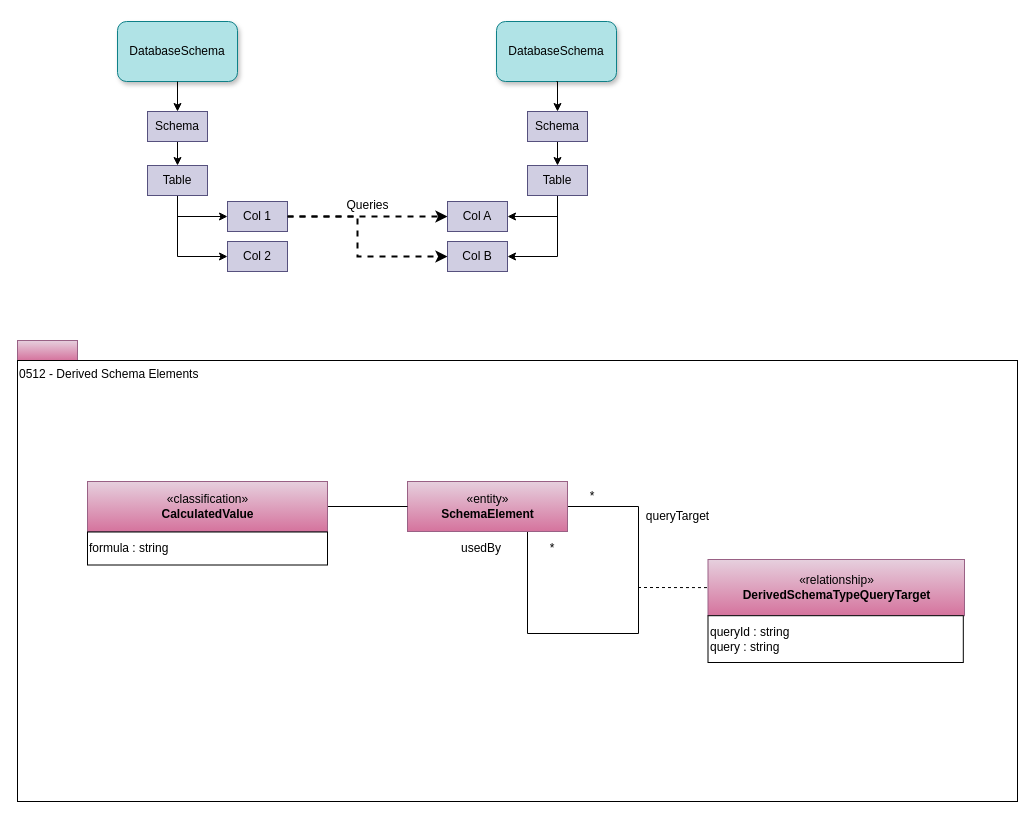
This is page "derived-data" (8 of 12) of open-metadata-publication/website/modelling-technology/modelling-technology.drawio from odpi/egeria, a draw.io file, before an edit. Source tidied: cells renumbered, new cells numbered last; positions are measured from the earlier drawing's top-left corner, leaving out a move shared by most shapes. Both pictures are drawn from the tidied source at 100%, with x=0, y=0 at pixel (17, 21).
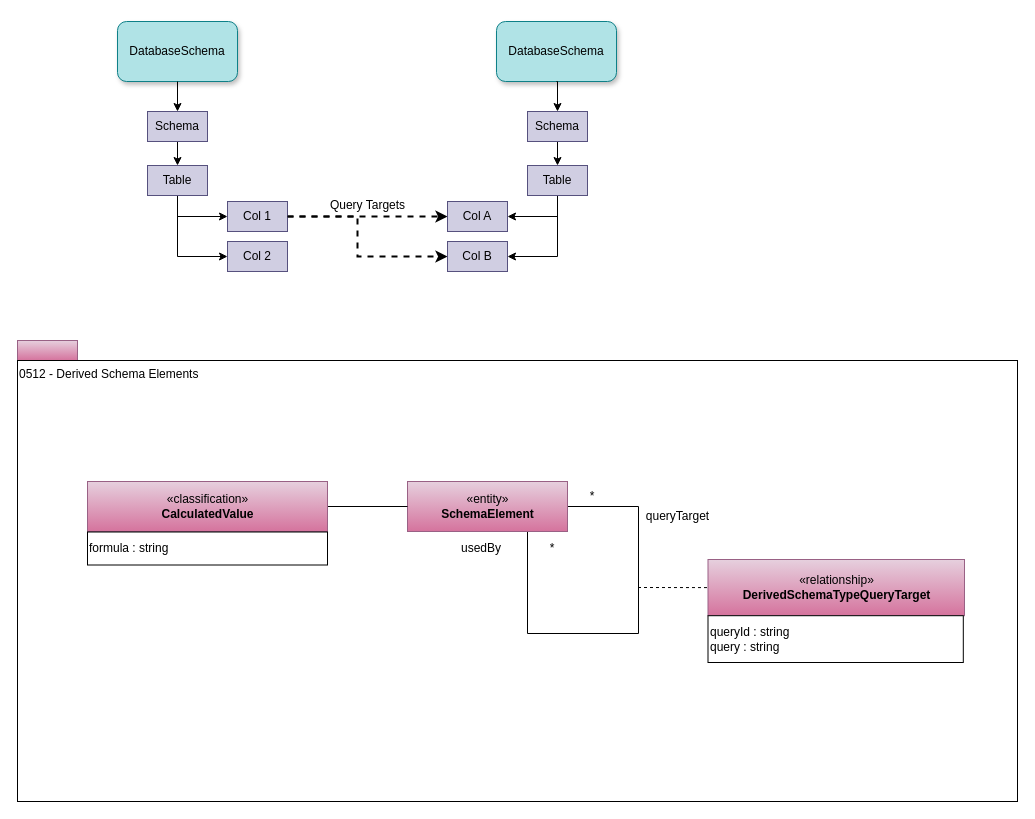
The same diagram, later.

The edit, as a diff of the source:
```diff
@@
-    <mxCell id="18" value="Queries" style="text;html=1;align=center;verticalAlign=middle;" parent="1" vertex="1">
-      <mxGeometry x="320" y="174" width="60" height="20" as="geometry" />
+    <mxCell id="18" value="Query Targets" style="text;html=1;align=center;verticalAlign=middle;" parent="1" vertex="1">
+      <mxGeometry x="305" y="174" width="90" height="20" as="geometry" />
     </mxCell>
```
